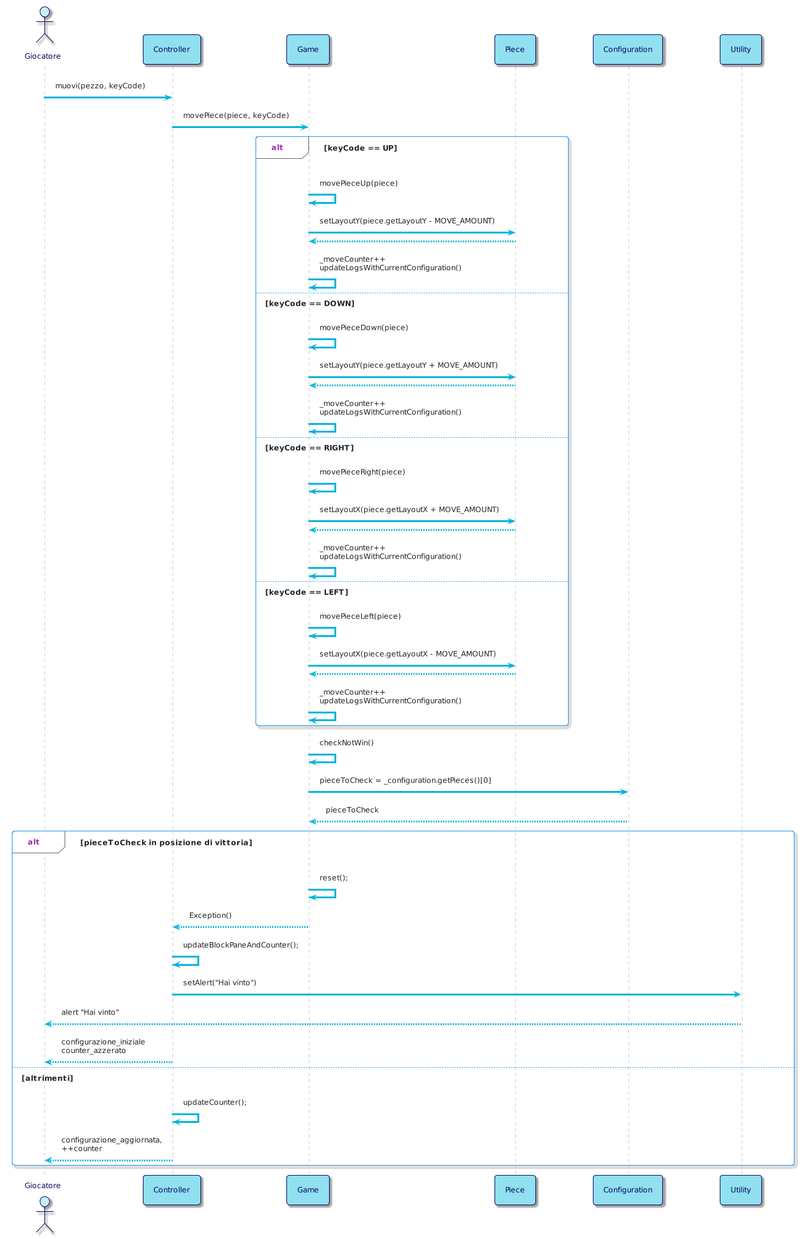
The PlantUML diagram resources/img/diagrams/InternalSequenceDiagram1.png in bellins14/klotski_gruppo2, before a commit.
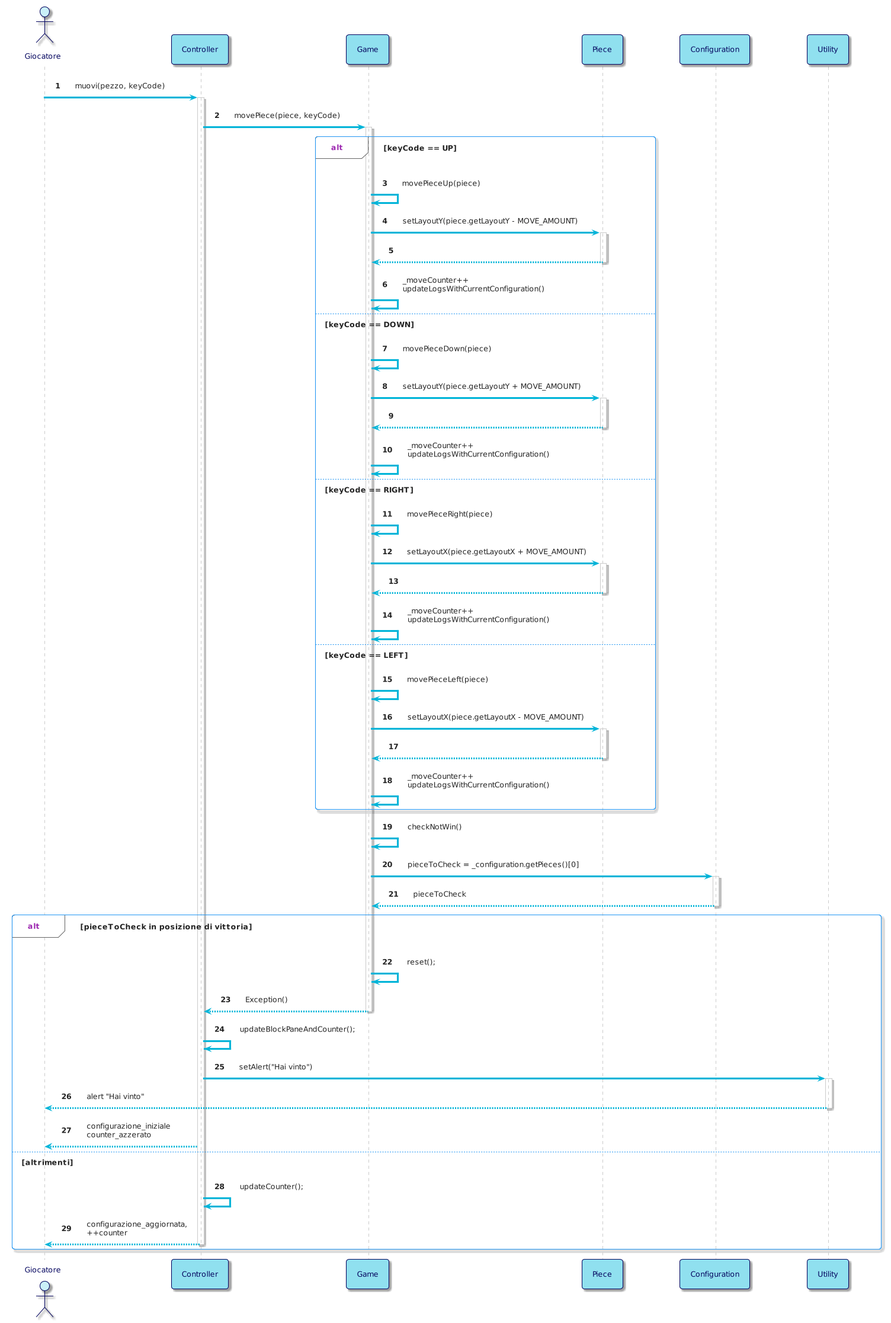
After the change.

What changed in the source:
```diff
@@ -1,5 +1,6 @@
 @startuml
 !theme materia-outline
+autonumber
 
 skinparam ArrowColor #00B4D8
 skinparam ActorBorderColor #03045E
@@ -20,47 +21,63 @@
 
 
 Giocatore -> Controller: muovi(pezzo, keyCode)
+activate Controller
 Controller -> Game: movePiece(piece, keyCode)
+activate Game
+
 alt keyCode == UP
 Game -> Game: movePieceUp(piece)
 
 Game -> Piece: setLayoutY(piece.getLayoutY - MOVE_AMOUNT)
+activate Piece
 Piece --> Game
+deactivate Piece
 Game -> Game: _moveCounter++ \nupdateLogsWithCurrentConfiguration()
 
 else keyCode == DOWN
 Game -> Game: movePieceDown(piece)
 
 Game -> Piece: setLayoutY(piece.getLayoutY + MOVE_AMOUNT)
+activate Piece
 Piece --> Game
+deactivate Piece
 Game -> Game: _moveCounter++ \nupdateLogsWithCurrentConfiguration()
 
 else keyCode == RIGHT
 Game -> Game: movePieceRight(piece)
 
 Game -> Piece: setLayoutX(piece.getLayoutX + MOVE_AMOUNT)
+activate Piece
 Piece --> Game
+deactivate Piece
 Game -> Game: _moveCounter++ \nupdateLogsWithCurrentConfiguration()
 
 else keyCode == LEFT
 Game -> Game: movePieceLeft(piece)
 
 Game -> Piece: setLayoutX(piece.getLayoutX - MOVE_AMOUNT)
+activate Piece
 Piece --> Game
+deactivate Piece
 Game -> Game: _moveCounter++ \nupdateLogsWithCurrentConfiguration()
 
 end
 
 Game -> Game: checkNotWin()
 Game -> Configuration: pieceToCheck = _configuration.getPieces()[0]
+activate Configuration
 Configuration --> Game: pieceToCheck
+deactivate Configuration
 
 alt pieceToCheck in posizione di vittoria
 Game -> Game: reset();
 Game --> Controller: Exception()
+deactivate Game
 Controller -> Controller: updateBlockPaneAndCounter();
 Controller -> Utility: setAlert("Hai vinto")
+activate Utility
 Utility --> Giocatore: alert "Hai vinto"
+deactivate Utility
 Controller-->Giocatore: configurazione_iniziale \ncounter_azzerato
 
 
@@ -68,5 +85,6 @@
 else altrimenti
 Controller -> Controller: updateCounter();
 Controller-->Giocatore: configurazione_aggiornata,\n++counter
+deactivate Controller
 end
 @enduml
```
